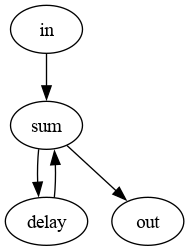
The Graphviz diagram examples/integrator.png in Luca-Jones/dspsim-java, before a commit. Its source is kept beside it as examples/integrator.dot.
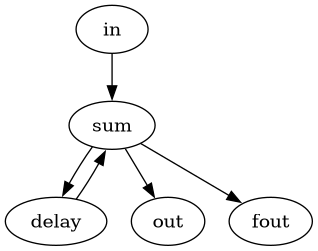
Later version of the same file.

Change to the diagram source:
```diff
@@ -2,10 +2,12 @@
     in [type="impulse"];
     delay [type="constant", value=1];
     sum [type="sum"];
-    out [type="dataout", file="/dev/stdout"];
+    out [type="dataout"];
+	fout[type="dataout", file="out.csv"];
 
     in -> sum;
     sum -> delay;
     delay -> sum;
     sum -> out;
+	sum -> fout;
 }
```
